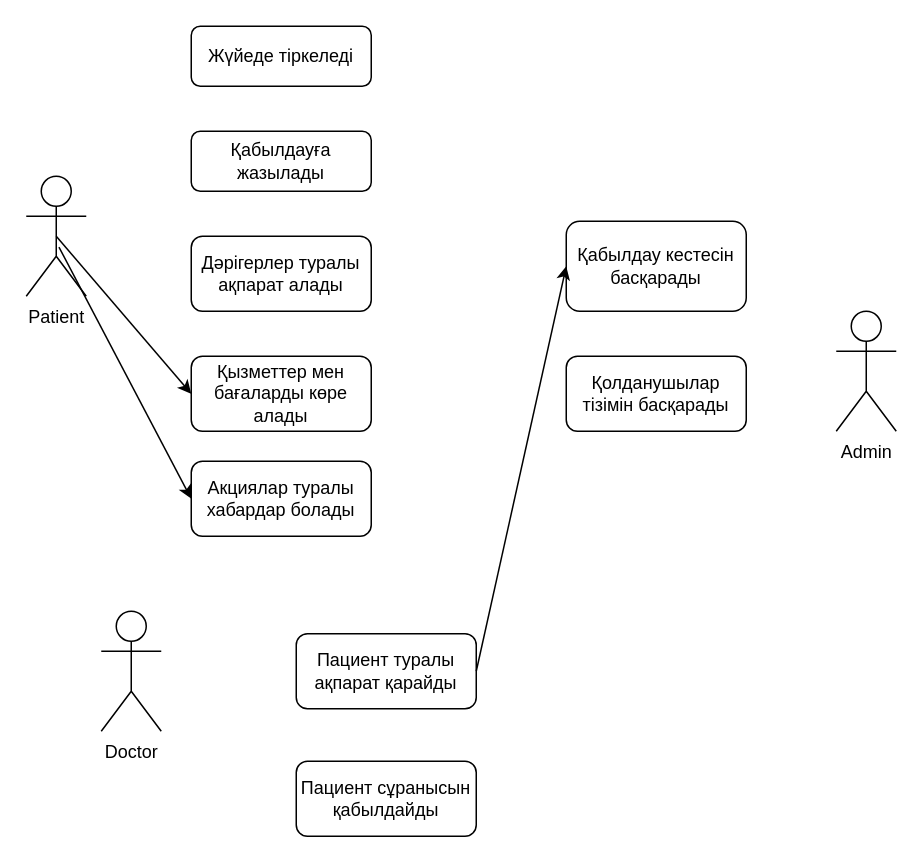
mbayzhanova/Dental_clinic keeps this draw.io diagram as UseCaseDiagram.drawio. Above is the earlier version. Source tidied: cells renumbered, new cells numbered last; positions are measured from the earlier drawing's top-left corner, leaving out a move shared by most shapes. Both pictures are drawn from the tidied source at 150%, with x=0, y=0 at pixel (26, 26).
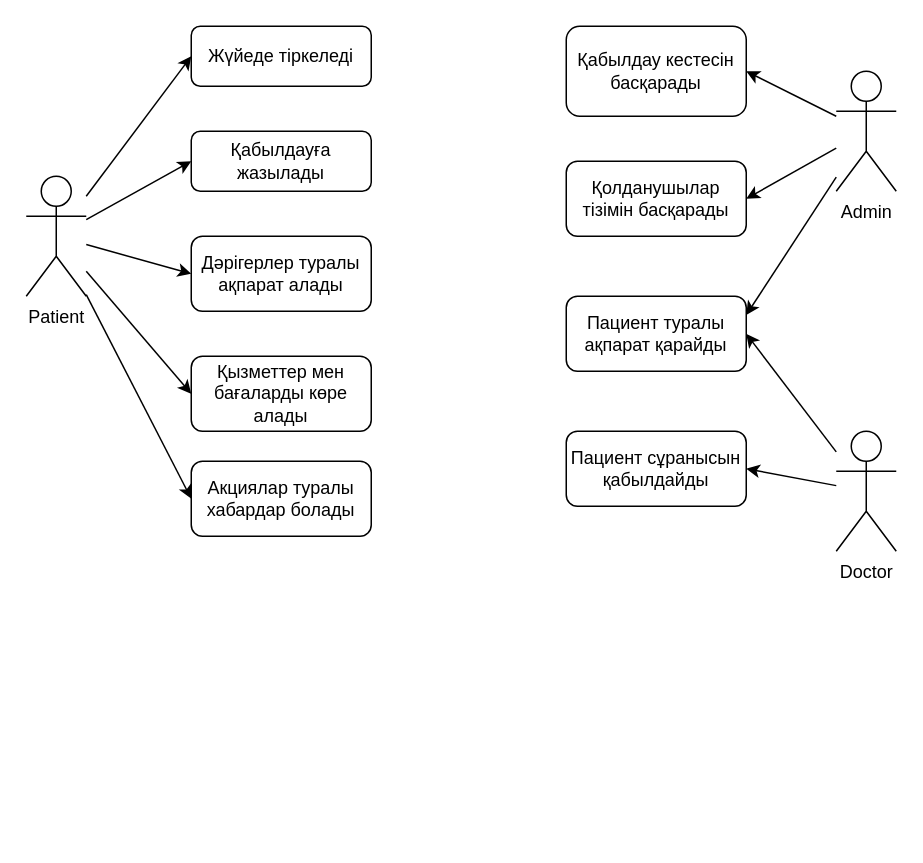
The same page after the edit.

The change refers to these unchanged cells:
```xml
<mxCell id="5" value="Patient" style="shape=umlActor;verticalLabelPosition=bottom;verticalAlign=top;html=1;outlineConnect=0;" parent="1" vertex="1">
  <mxGeometry y="100" width="40" height="80" as="geometry" />
</mxCell>
<mxCell id="8" value="Жүйеде тіркеледі" style="rounded=1;whiteSpace=wrap;html=1;" parent="1" vertex="1">
  <mxGeometry x="110" width="120" height="40" as="geometry" />
</mxCell>
<mxCell id="9" value="Қабылдауға жазылады" style="rounded=1;whiteSpace=wrap;html=1;" parent="1" vertex="1">
  <mxGeometry x="110" y="70" width="120" height="40" as="geometry" />
</mxCell>
<mxCell id="10" value="Дәрігерлер туралы ақпарат алады" style="rounded=1;whiteSpace=wrap;html=1;" parent="1" vertex="1">
  <mxGeometry x="110" y="140" width="120" height="50" as="geometry" />
</mxCell>
<mxCell id="11" value="Қызметтер мен бағаларды көре алады" style="rounded=1;whiteSpace=wrap;html=1;" parent="1" vertex="1">
  <mxGeometry x="110" y="220" width="120" height="50" as="geometry" />
</mxCell>
<mxCell id="12" value="Акциялар туралы хабардар болады" style="rounded=1;whiteSpace=wrap;html=1;" parent="1" vertex="1">
  <mxGeometry x="110" y="290" width="120" height="50" as="geometry" />
</mxCell>
```

Diff of the diagram source:
```diff
@@
     <mxCell id="6" value="Doctor" style="shape=umlActor;verticalLabelPosition=bottom;verticalAlign=top;html=1;outlineConnect=0;" parent="1" vertex="1">
-      <mxGeometry x="50" y="390" width="40" height="80" as="geometry" />
+      <mxGeometry x="540" y="270" width="40" height="80" as="geometry" />
     </mxCell>
     <mxCell id="7" value="Admin" style="shape=umlActor;verticalLabelPosition=bottom;verticalAlign=top;html=1;outlineConnect=0;" parent="1" vertex="1">
-      <mxGeometry x="540" y="190" width="40" height="80" as="geometry" />
+      <mxGeometry x="540" y="30" width="40" height="80" as="geometry" />
     </mxCell>
@@
     <mxCell id="13" value="Қабылдау кестесін басқарады" style="rounded=1;whiteSpace=wrap;html=1;" parent="1" vertex="1">
-      <mxGeometry x="360" y="130" width="120" height="60" as="geometry" />
+      <mxGeometry x="360" width="120" height="60" as="geometry" />
     </mxCell>
     <mxCell id="14" value="Пациент туралы ақпарат қарайды" style="rounded=1;whiteSpace=wrap;html=1;" parent="1" vertex="1">
-      <mxGeometry x="180" y="405" width="120" height="50" as="geometry" />
+      <mxGeometry x="360" y="180" width="120" height="50" as="geometry" />
     </mxCell>
     <mxCell id="15" value="Қолданушылар тізімін басқарады" style="rounded=1;whiteSpace=wrap;html=1;" parent="1" vertex="1">
-      <mxGeometry x="360" y="220" width="120" height="50" as="geometry" />
+      <mxGeometry x="360" y="90" width="120" height="50" as="geometry" />
     </mxCell>
-    <mxCell id="16" style="endArrow=classic;html=1;rounded=0;entryX=0;entryY=0.5;entryDx=0;entryDy=0;exitX=1;exitY=0.5;exitDx=0;exitDy=0;" parent="1" edge="1" source="14" target="13">
-      <mxGeometry relative="1" as="geometry" />
-    </mxCell>
     <mxCell id="17" value="Пациент сұранысын қабылдайды" style="rounded=1;whiteSpace=wrap;html=1;" parent="1" vertex="1">
-      <mxGeometry x="180" y="490" width="120" height="50" as="geometry" />
+      <mxGeometry x="360" y="270" width="120" height="50" as="geometry" />
     </mxCell>
-    <mxCell id="18" style="endArrow=classic;html=1;rounded=0;entryX=0;entryY=0.5;entryDx=0;entryDy=0;exitX=0.545;exitY=0.59;exitDx=0;exitDy=0;exitPerimeter=0;" parent="1" edge="1" source="5" target="12">
+    <mxCell id="18" style="endArrow=classic;html=1;rounded=0;entryX=0;entryY=0.5;entryDx=0;entryDy=0;" parent="1" edge="1" source="5" target="12">
       <mxGeometry relative="1" as="geometry" />
     </mxCell>
-    <mxCell id="19" style="endArrow=classic;html=1;rounded=0;entryX=0;entryY=0.5;entryDx=0;entryDy=0;exitX=0.5;exitY=0.5;exitDx=0;exitDy=0;exitPerimeter=0;" parent="1" edge="1" source="5" target="11">
+    <mxCell id="19" style="endArrow=classic;html=1;rounded=0;entryX=0;entryY=0.5;entryDx=0;entryDy=0;" parent="1" edge="1" source="5" target="11">
       <mxGeometry relative="1" as="geometry" />
     </mxCell>
+    <mxCell id="20" style="endArrow=classic;html=1;rounded=0;entryX=0;entryY=0.5;entryDx=0;entryDy=0;" parent="1" edge="1" source="5" target="10">
+      <mxGeometry relative="1" as="geometry" />
+    </mxCell>
+    <mxCell id="21" style="endArrow=classic;html=1;rounded=0;entryX=0;entryY=0.5;entryDx=0;entryDy=0;" parent="1" edge="1" source="5" target="9">
+      <mxGeometry relative="1" as="geometry" />
+    </mxCell>
+    <mxCell id="22" style="endArrow=classic;html=1;rounded=0;entryX=0;entryY=0.5;entryDx=0;entryDy=0;" parent="1" edge="1" source="5" target="8">
+      <mxGeometry relative="1" as="geometry" />
+    </mxCell>
+    <mxCell id="23" style="endArrow=classic;html=1;rounded=0;entryX=1;entryY=0.5;entryDx=0;entryDy=0;" parent="1" edge="1" source="7" target="13">
+      <mxGeometry relative="1" as="geometry" />
+    </mxCell>
+    <mxCell id="24" style="endArrow=classic;html=1;rounded=0;entryX=1;entryY=0.5;entryDx=0;entryDy=0;" parent="1" edge="1" source="6" target="14">
+      <mxGeometry relative="1" as="geometry" />
+    </mxCell>
+    <mxCell id="25" style="endArrow=classic;html=1;rounded=0;entryX=1;entryY=0.5;entryDx=0;entryDy=0;" parent="1" edge="1" source="6" target="17">
+      <mxGeometry relative="1" as="geometry" />
+    </mxCell>
+    <mxCell id="26" style="endArrow=classic;html=1;rounded=0;entryX=1;entryY=0.5;entryDx=0;entryDy=0;" parent="1" edge="1" source="7" target="15">
+      <mxGeometry relative="1" as="geometry" />
+    </mxCell>
+    <mxCell id="27" style="endArrow=classic;html=1;rounded=0;entryX=1;entryY=0.25;entryDx=0;entryDy=0;" parent="1" edge="1" source="7" target="14">
+      <mxGeometry relative="1" as="geometry" />
+    </mxCell>
```
